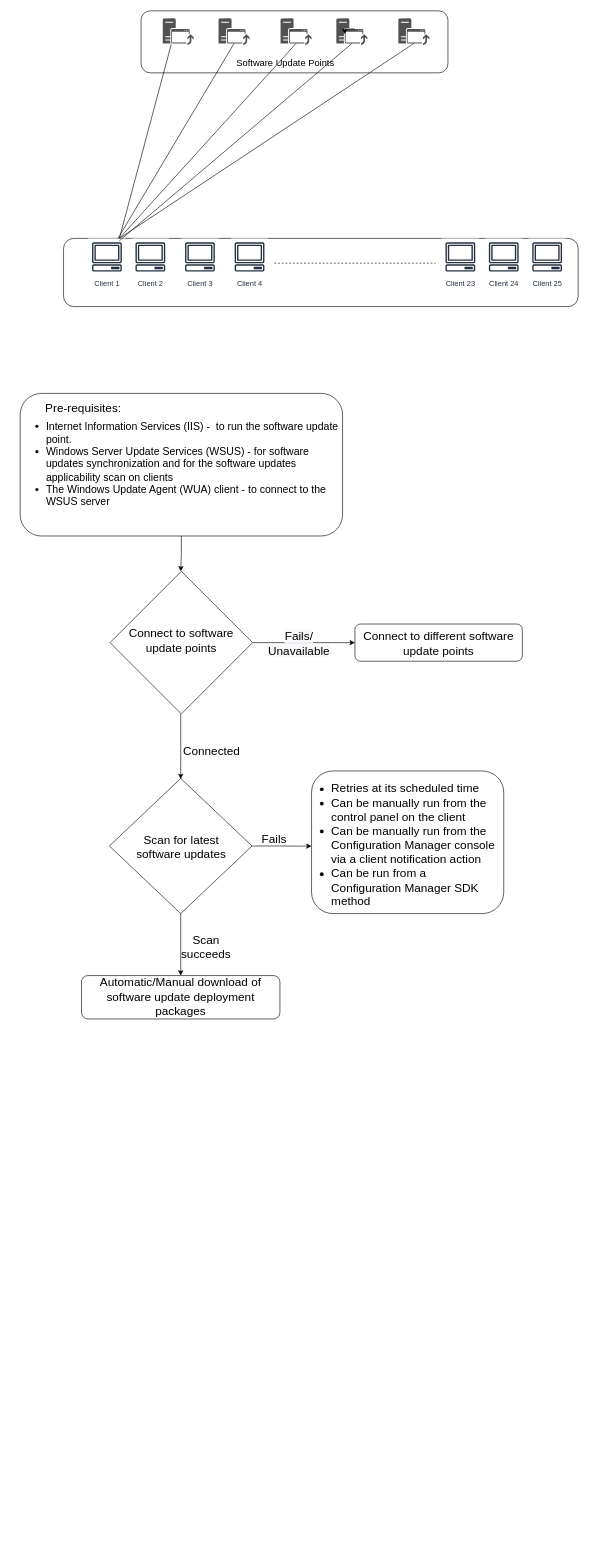
This is Software Update via Intranet.drawio from LazyRaunak/Software-Update-via-Intranet, a draw.io file, before an edit. Source tidied: cells renumbered, new cells numbered last; positions are measured from the earlier drawing's top-left corner, leaving out a move shared by most shapes. Both pictures are drawn from the tidied source at 62%, with x=0, y=0 at pixel (20, 11).
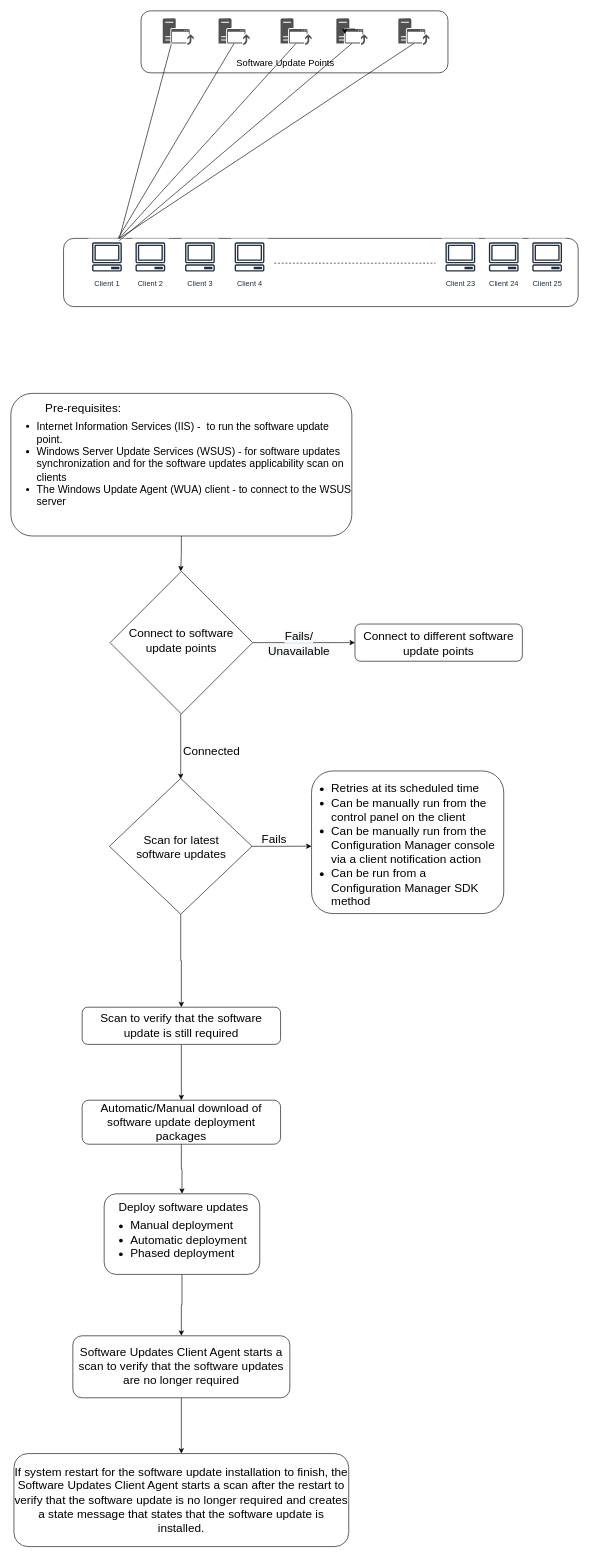
The same diagram, later.

Diff of the diagram source:
```diff
@@
-    <mxCell id="3" style="edgeStyle=orthogonalEdgeStyle;rounded=0;jettySize=auto;html=1;exitX=0.5;exitY=1;exitDx=0;exitDy=0;fontSize=19;" parent="1" edge="1" source="4" target="42">
-      <mxGeometry relative="1" as="geometry" />
-    </mxCell>
+    <mxCell id="44" style="edgeStyle=orthogonalEdgeStyle;rounded=0;jettySize=auto;html=1;entryX=0.5;entryY=0;entryDx=0;entryDy=0;fontSize=19;" parent="1" edge="1" source="4" target="49">
+      <mxGeometry relative="1" as="geometry" />
+    </mxCell>
     <mxCell id="4" style="rhombus;whiteSpace=wrap;html=1;fontSize=19;" parent="1" vertex="1">
-      <mxGeometry x="144" y="1238" width="230" height="218" as="geometry" />
+      <mxGeometry x="144" y="1238" width="230" height="219" as="geometry" />
     </mxCell>
@@
     <mxCell id="31" value="&lt;div style=&quot;font-size: 17px&quot;&gt;&lt;ul&gt;&lt;li&gt;Internet Information Services (IIS) -&amp;nbsp; to run the software update point.&lt;/li&gt;&lt;li&gt;Windows Server Update Services (WSUS) - for software updates synchronization and for the software updates applicability scan on clients&lt;/li&gt;&lt;li&gt;The Windows Update Agent (WUA) client - to connect to the WSUS server&lt;/li&gt;&lt;/ul&gt;&lt;/div&gt;" style="rounded=1;whiteSpace=wrap;html=1;align=left;" parent="1" vertex="1">
-      <mxGeometry y="617" width="520" height="230" as="geometry" />
+      <mxGeometry x="-15" y="617" width="550" height="230" as="geometry" />
     </mxCell>
@@
+    <mxCell id="45" style="edgeStyle=orthogonalEdgeStyle;rounded=0;jettySize=auto;html=1;fontSize=19;" parent="1" edge="1" source="42" target="47">
+      <mxGeometry relative="1" as="geometry" />
+    </mxCell>
     <mxCell id="42" value="Automatic/Manual download of software update deployment packages" style="rounded=1;whiteSpace=wrap;html=1;fontSize=19;align=center;" parent="1" vertex="1">
-      <mxGeometry x="99" y="1556" width="320" height="70" as="geometry" />
+      <mxGeometry x="100" y="1757" width="320" height="71" as="geometry" />
     </mxCell>
-    <mxCell id="43" value="Scan&lt;br&gt;succeeds" style="text;html=1;strokeColor=none;fillColor=none;align=center;verticalAlign=middle;whiteSpace=wrap;rounded=0;fontSize=19;" parent="1" vertex="1">
-      <mxGeometry x="280" y="1500" width="40" height="20" as="geometry" />
-    </mxCell>
+    <mxCell id="46" style="edgeStyle=orthogonalEdgeStyle;rounded=0;jettySize=auto;html=1;fontSize=19;" parent="1" edge="1" source="47" target="51">
+      <mxGeometry relative="1" as="geometry" />
+    </mxCell>
+    <mxCell id="47" value="&lt;p style=&quot;line-height: 0%&quot;&gt;&amp;nbsp; &amp;nbsp; Deploy software updates&lt;br&gt;&lt;/p&gt;&lt;ul&gt;&lt;li&gt;Manual deployment&lt;/li&gt;&lt;li&gt;Automatic deployment&lt;/li&gt;&lt;li&gt;Phased deployment&lt;/li&gt;&lt;/ul&gt;&lt;p&gt;&lt;/p&gt;" style="rounded=1;whiteSpace=wrap;html=1;fontSize=19;align=left;" parent="1" vertex="1">
+      <mxGeometry x="135.5" y="1908" width="251" height="130" as="geometry" />
+    </mxCell>
+    <mxCell id="48" style="edgeStyle=orthogonalEdgeStyle;rounded=0;jettySize=auto;html=1;entryX=0.5;entryY=0;entryDx=0;entryDy=0;fontSize=19;" parent="1" edge="1" source="49" target="42">
+      <mxGeometry relative="1" as="geometry" />
+    </mxCell>
+    <mxCell id="49" value="Scan to verify that the software update is still required" style="rounded=1;whiteSpace=wrap;html=1;fontSize=19;align=center;" parent="1" vertex="1">
+      <mxGeometry x="100" y="1607" width="320" height="60" as="geometry" />
+    </mxCell>
+    <mxCell id="50" style="edgeStyle=orthogonalEdgeStyle;rounded=0;jettySize=auto;html=1;fontSize=19;" parent="1" edge="1" source="51" target="52">
+      <mxGeometry relative="1" as="geometry" />
+    </mxCell>
+    <mxCell id="51" value="Software Updates Client Agent starts a scan to verify that the software updates are no longer required" style="rounded=1;whiteSpace=wrap;html=1;fontSize=19;align=center;" parent="1" vertex="1">
+      <mxGeometry x="85" y="2137" width="350" height="100" as="geometry" />
+    </mxCell>
+    <mxCell id="52" value="If system restart for the software update installation to finish, the Software Updates Client Agent starts a scan after the restart to verify that the software update is no longer required and creates a state message that states that the software update is installed." style="rounded=1;whiteSpace=wrap;html=1;fontSize=19;align=center;" parent="1" vertex="1">
+      <mxGeometry x="-10" y="2327" width="540" height="150" as="geometry" />
+    </mxCell>
```
